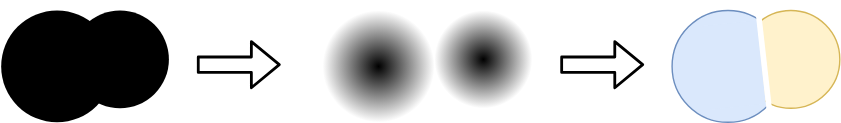
Earlier version of the draw.io export docs/commands/images/watershed.drawio.svg (joda01/imagec-doc). Source tidied: cells renumbered, new cells last; positions are measured from the earlier drawing's top-left corner, leaving out a move shared by most shapes. The source it was exported from:
```xml
<mxGraphModel>
  <root>
    <mxCell id="0" />
    <mxCell id="1" parent="0" />
    <mxCell id="2" style="ellipse;whiteSpace=wrap;html=1;gradientColor=#FFFFFF;gradientDirection=radial;fillColor=#000000;strokeColor=none;" parent="1" vertex="1">
      <mxGeometry x="230" y="5" width="80" height="80" as="geometry" />
    </mxCell>
    <mxCell id="3" style="ellipse;whiteSpace=wrap;html=1;gradientColor=#FFFFFF;gradientDirection=radial;fillColor=#000000;strokeColor=none;" parent="1" vertex="1">
      <mxGeometry x="310" y="5" width="70" height="70" as="geometry" />
    </mxCell>
    <mxCell id="4" style="ellipse;whiteSpace=wrap;html=1;gradientColor=none;gradientDirection=radial;fillColor=#000000;strokeColor=none;" parent="1" vertex="1">
      <mxGeometry y="5" width="80" height="80" as="geometry" />
    </mxCell>
    <mxCell id="5" style="ellipse;whiteSpace=wrap;html=1;gradientColor=none;gradientDirection=radial;fillColor=#000000;strokeColor=none;" parent="1" vertex="1">
      <mxGeometry x="50" y="5" width="70" height="70" as="geometry" />
    </mxCell>
    <mxCell id="6" style="ellipse;whiteSpace=wrap;html=1;gradientDirection=radial;fillColor=#dae8fc;strokeColor=#6c8ebf;" parent="1" vertex="1">
      <mxGeometry x="480" y="5" width="80" height="80" as="geometry" />
    </mxCell>
    <mxCell id="7" style="ellipse;whiteSpace=wrap;html=1;gradientDirection=radial;fillColor=#fff2cc;strokeColor=#d6b656;" parent="1" vertex="1">
      <mxGeometry x="530" y="5" width="70" height="70" as="geometry" />
    </mxCell>
    <mxCell id="8" style="rounded=0;whiteSpace=wrap;html=1;fillColor=#dae8fc;gradientDirection=north;strokeColor=none;rotation=354;" parent="1" vertex="1">
      <mxGeometry x="504.1" y="14" width="40" height="60" as="geometry" />
    </mxCell>
    <mxCell id="9" style="endArrow=none;html=1;rounded=1;shadow=0;labelBorderColor=none;sketch=0;strokeWidth=4;jumpStyle=none;strokeColor=#FFFFFF;" parent="1" edge="1">
      <mxGeometry relative="1" as="geometry">
        <mxPoint x="550" y="80" as="sourcePoint" />
        <mxPoint x="541" as="targetPoint" />
      </mxGeometry>
    </mxCell>
    <mxCell id="10" style="shape=flexArrow;endArrow=classic;html=1;rounded=1;shadow=0;labelBorderColor=none;sketch=0;strokeColor=default;strokeWidth=2;jumpStyle=none;" parent="1" edge="1">
      <mxGeometry relative="1" as="geometry">
        <mxPoint x="140" y="43.8" as="sourcePoint" />
        <mxPoint x="200" y="43.8" as="targetPoint" />
      </mxGeometry>
    </mxCell>
    <mxCell id="11" style="shape=flexArrow;endArrow=classic;html=1;rounded=1;shadow=0;labelBorderColor=none;sketch=0;strokeColor=default;strokeWidth=2;jumpStyle=none;" parent="1" edge="1">
      <mxGeometry relative="1" as="geometry">
        <mxPoint x="400" y="43.8" as="sourcePoint" />
        <mxPoint x="460" y="43.8" as="targetPoint" />
      </mxGeometry>
    </mxCell>
  </root>
</mxGraphModel>
```
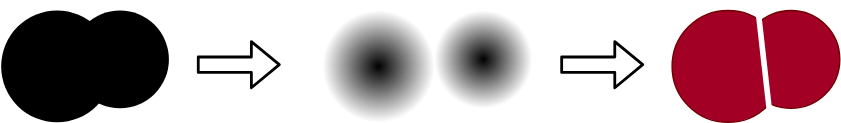
Above is the later version.

What changed in the source:
```diff
@@ -14,13 +14,13 @@
     <mxCell id="5" style="ellipse;whiteSpace=wrap;html=1;gradientColor=none;gradientDirection=radial;fillColor=#000000;strokeColor=none;" parent="1" vertex="1">
       <mxGeometry x="50" y="5" width="70" height="70" as="geometry" />
     </mxCell>
-    <mxCell id="6" style="ellipse;whiteSpace=wrap;html=1;gradientDirection=radial;fillColor=#dae8fc;strokeColor=#6c8ebf;" parent="1" vertex="1">
+    <mxCell id="6" style="ellipse;whiteSpace=wrap;html=1;gradientDirection=radial;fillColor=#a20025;strokeColor=#6F0000;fontColor=#ffffff;" parent="1" vertex="1">
       <mxGeometry x="480" y="5" width="80" height="80" as="geometry" />
     </mxCell>
-    <mxCell id="7" style="ellipse;whiteSpace=wrap;html=1;gradientDirection=radial;fillColor=#fff2cc;strokeColor=#d6b656;" parent="1" vertex="1">
+    <mxCell id="7" style="ellipse;whiteSpace=wrap;html=1;gradientDirection=radial;fillColor=#a20025;strokeColor=#6F0000;fontColor=#ffffff;" parent="1" vertex="1">
       <mxGeometry x="530" y="5" width="70" height="70" as="geometry" />
     </mxCell>
-    <mxCell id="8" style="rounded=0;whiteSpace=wrap;html=1;fillColor=#dae8fc;gradientDirection=north;strokeColor=none;rotation=354;" parent="1" vertex="1">
+    <mxCell id="8" style="rounded=0;whiteSpace=wrap;html=1;fillColor=#a20025;gradientDirection=north;strokeColor=none;rotation=354;fontColor=#ffffff;" parent="1" vertex="1">
       <mxGeometry x="504.1" y="14" width="40" height="60" as="geometry" />
     </mxCell>
     <mxCell id="9" style="endArrow=none;html=1;rounded=1;shadow=0;labelBorderColor=none;sketch=0;strokeWidth=4;jumpStyle=none;strokeColor=#FFFFFF;" parent="1" edge="1">
```
